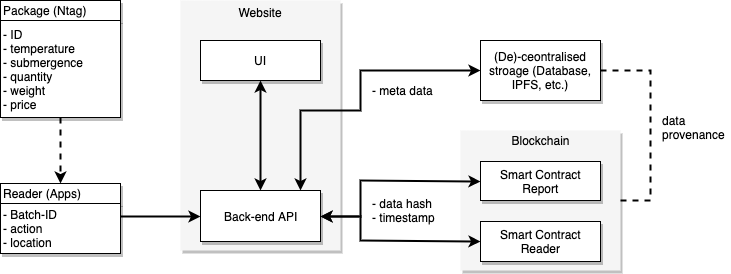
This is supply_chain_demo.png from dricp-swinburne/supplychaindemo, a draw.io export, as it was before one commit. Source tidied: cells renumbered, new cells last; positions are measured from the earlier drawing's top-left corner, leaving out a move shared by most shapes.
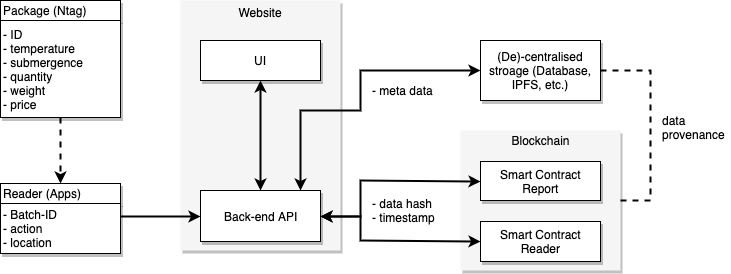
Later version of the same file.

The edit, as a diff of the source:
```diff
@@ -25,7 +25,7 @@
     <mxCell id="7" value="- data hash&lt;br&gt;- timestamp" style="text;html=1;strokeColor=none;fillColor=none;align=left;verticalAlign=middle;whiteSpace=wrap;rounded=0;" parent="1" vertex="1">
       <mxGeometry x="370" y="200" width="80" height="20" as="geometry" />
     </mxCell>
-    <mxCell id="8" value="(De)-ceontralised stroage (Database, IPFS, etc.)" style="html=1;align=center;shadow=1;whiteSpace=wrap;" parent="1" vertex="1">
+    <mxCell id="8" value="(De)-centralised stroage (Database, IPFS, etc.)" style="html=1;align=center;shadow=1;whiteSpace=wrap;" parent="1" vertex="1">
       <mxGeometry x="480" y="40" width="120" height="60" as="geometry" />
     </mxCell>
     <mxCell id="9" style="endArrow=classic;startArrow=classic;html=1;shadow=0;strokeWidth=2;entryX=0;entryY=0.5;entryDx=0;entryDy=0;edgeStyle=orthogonalEdgeStyle;jumpSize=0;rounded=0;exitX=0.833;exitY=0;exitDx=0;exitDy=0;exitPerimeter=0;" parent="1" edge="1" source="16" target="8">
```
